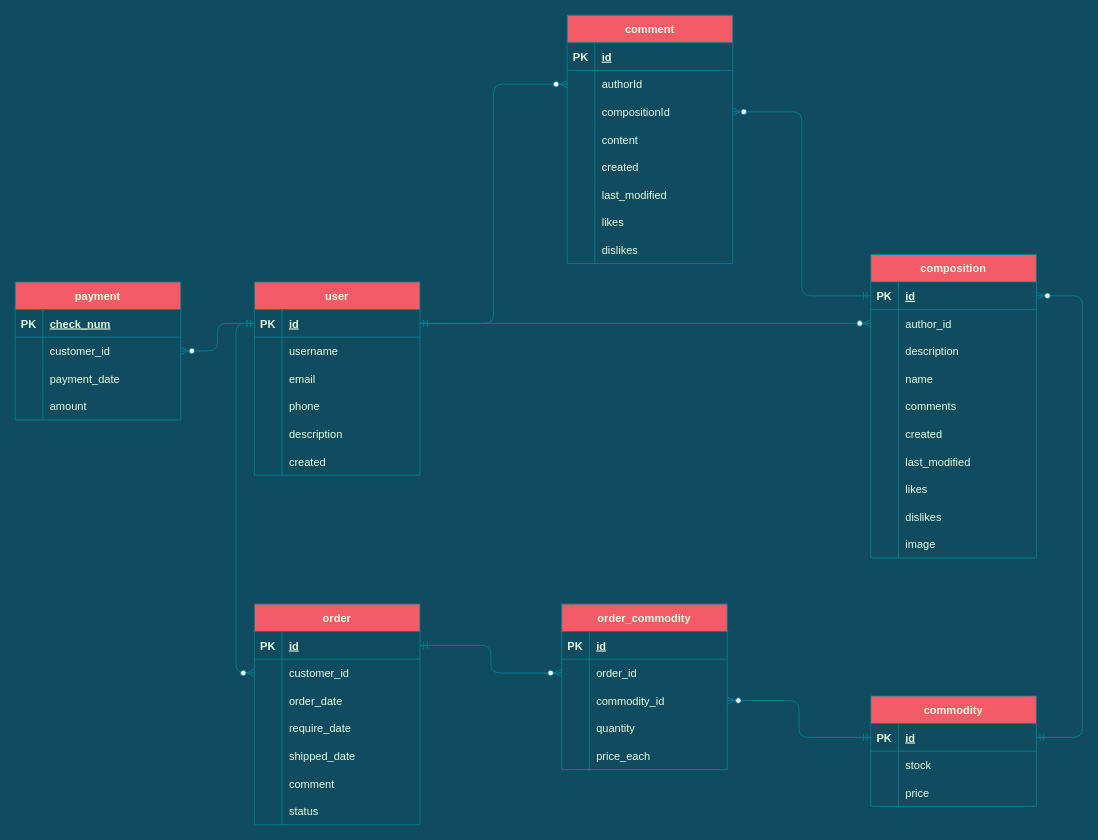
The draw.io diagram design/erd.drawio in youya-edu/design_in_china_backend, before the edit. Source tidied: cells renumbered, new cells numbered last; positions are measured from the earlier drawing's top-left corner, leaving out a move shared by most shapes. Both pictures are drawn from the tidied source at 92%, with x=0, y=0 at pixel (15, 15).
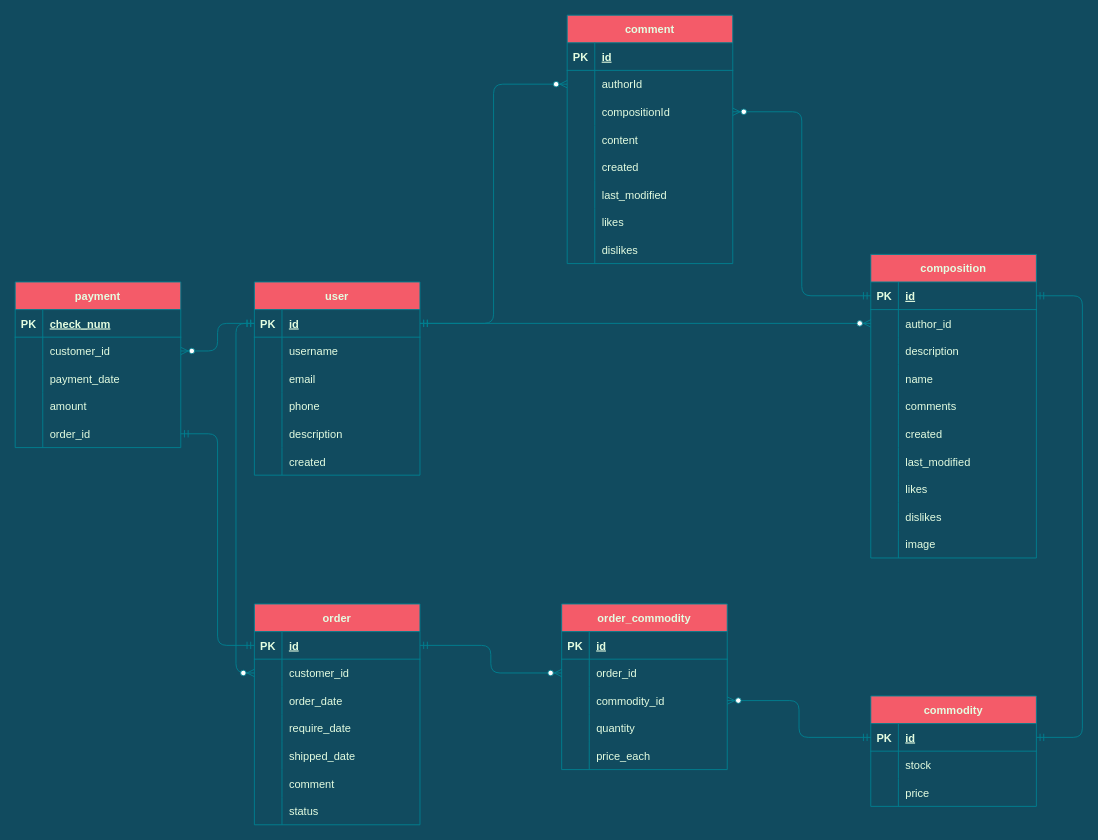
After the change.

Unchanged cells that the change refers to:
```xml
<mxCell id="22" style="shape=partialRectangle;fillColor=none;top=0;left=0;bottom=1;right=0;points=[[0,0.5],[1,0.5]];portConstraint=eastwest;strokeColor=#028090;fontColor=#E4FDE1;" parent="21" vertex="1">
  <mxGeometry y="30" width="180" height="30" as="geometry" />
</mxCell>
<mxCell id="82" style="shape=partialRectangle;fillColor=none;top=0;left=0;bottom=1;right=0;points=[[0,0.5],[1,0.5]];portConstraint=eastwest;strokeColor=#028090;fontColor=#E4FDE1;" parent="81" vertex="1">
  <mxGeometry y="30" width="180" height="30" as="geometry" />
</mxCell>
<mxCell id="92" style="shape=partialRectangle;fillColor=none;top=0;left=0;bottom=1;right=0;points=[[0,0.5],[1,0.5]];portConstraint=eastwest;strokeColor=#028090;fontColor=#E4FDE1;" parent="91" vertex="1">
  <mxGeometry y="30" width="180" height="30" as="geometry" />
</mxCell>
```

The edit, as a diff of the source:
```diff
@@
-    <mxCell id="80" style="edgeStyle=orthogonalEdgeStyle;curved=0;rounded=1;sketch=0;jettySize=auto;html=1;entryX=1;entryY=0.5;entryDx=0;entryDy=0;startArrow=ERmandOne;startFill=0;endArrow=ERzeroToMany;endFill=1;strokeColor=#028090;fillColor=#F45B69;fontColor=#E4FDE1;exitX=1;exitY=0.5;exitDx=0;exitDy=0;" parent="1" edge="1" source="82" target="22">
+    <mxCell id="80" style="edgeStyle=orthogonalEdgeStyle;curved=0;rounded=1;sketch=0;jettySize=auto;html=1;entryX=1;entryY=0.5;entryDx=0;entryDy=0;startArrow=ERmandOne;startFill=0;endArrow=ERmandOne;endFill=0;strokeColor=#028090;fillColor=#F45B69;fontColor=#E4FDE1;exitX=1;exitY=0.5;exitDx=0;exitDy=0;" parent="1" edge="1" source="82" target="22">
       <mxGeometry relative="1" as="geometry">
         <Array as="points">
           <mxPoint x="1160" y="785" />
           <mxPoint x="1160" y="305" />
         </Array>
       </mxGeometry>
     </mxCell>
@@
     <mxCell id="132" value="payment" style="shape=table;startSize=30;childLayout=tableLayout;rowLines=0;fontStyle=1;align=center;rounded=0;sketch=0;strokeColor=#028090;fillColor=#F45B69;fontColor=#E4FDE1;" parent="1" vertex="1">
-      <mxGeometry y="290" width="180" height="150" as="geometry" />
+      <mxGeometry y="290" width="180" height="180" as="geometry" />
     </mxCell>
@@
+    <mxCell id="146" style="shape=partialRectangle;fillColor=none;top=0;left=0;bottom=0;right=0;points=[[0,0.5],[1,0.5]];portConstraint=eastwest;strokeColor=#028090;fontColor=#E4FDE1;" parent="132" vertex="1">
+      <mxGeometry y="150" width="180" height="30" as="geometry" />
+    </mxCell>
+    <mxCell id="147" style="shape=partialRectangle;fillColor=none;top=0;left=0;bottom=0;right=0;overflow=hidden;strokeColor=#028090;fontColor=#E4FDE1;" parent="146" vertex="1">
+      <mxGeometry width="30" height="30" as="geometry" />
+    </mxCell>
+    <mxCell id="148" value="order_id" style="shape=partialRectangle;fillColor=none;top=0;left=0;bottom=0;right=0;align=left;spacingLeft=6;overflow=hidden;strokeColor=#028090;fontColor=#E4FDE1;" parent="146" vertex="1">
+      <mxGeometry x="30" width="150" height="30" as="geometry" />
+    </mxCell>
@@
+    <mxCell id="149" style="edgeStyle=orthogonalEdgeStyle;rounded=1;jettySize=auto;html=1;endArrow=ERmandOne;endFill=0;fontColor=#E4FDE1;strokeColor=#028090;fillColor=#F45B69;startFill=0;startArrow=ERmandOne;sketch=0;" parent="1" edge="1" source="92" target="146">
+      <mxGeometry relative="1" as="geometry" />
+    </mxCell>
```
